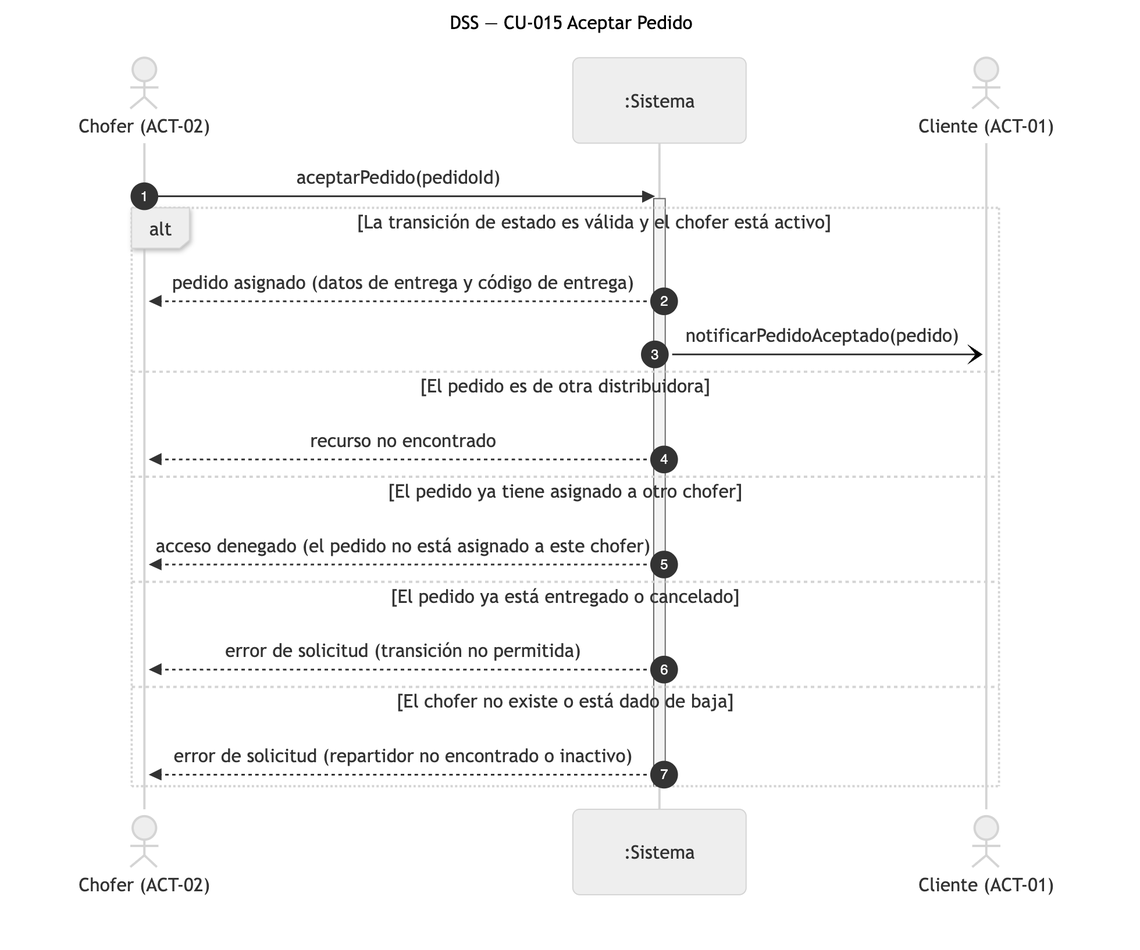
The Mermaid diagram diagramas/png/DSS_CU-015_Aceptar-Pedido.png in Nahuelito-Dev/splg-docs, before a commit. Its source is kept beside it as diagramas/DSS_CU-015_Aceptar-Pedido.mmd.
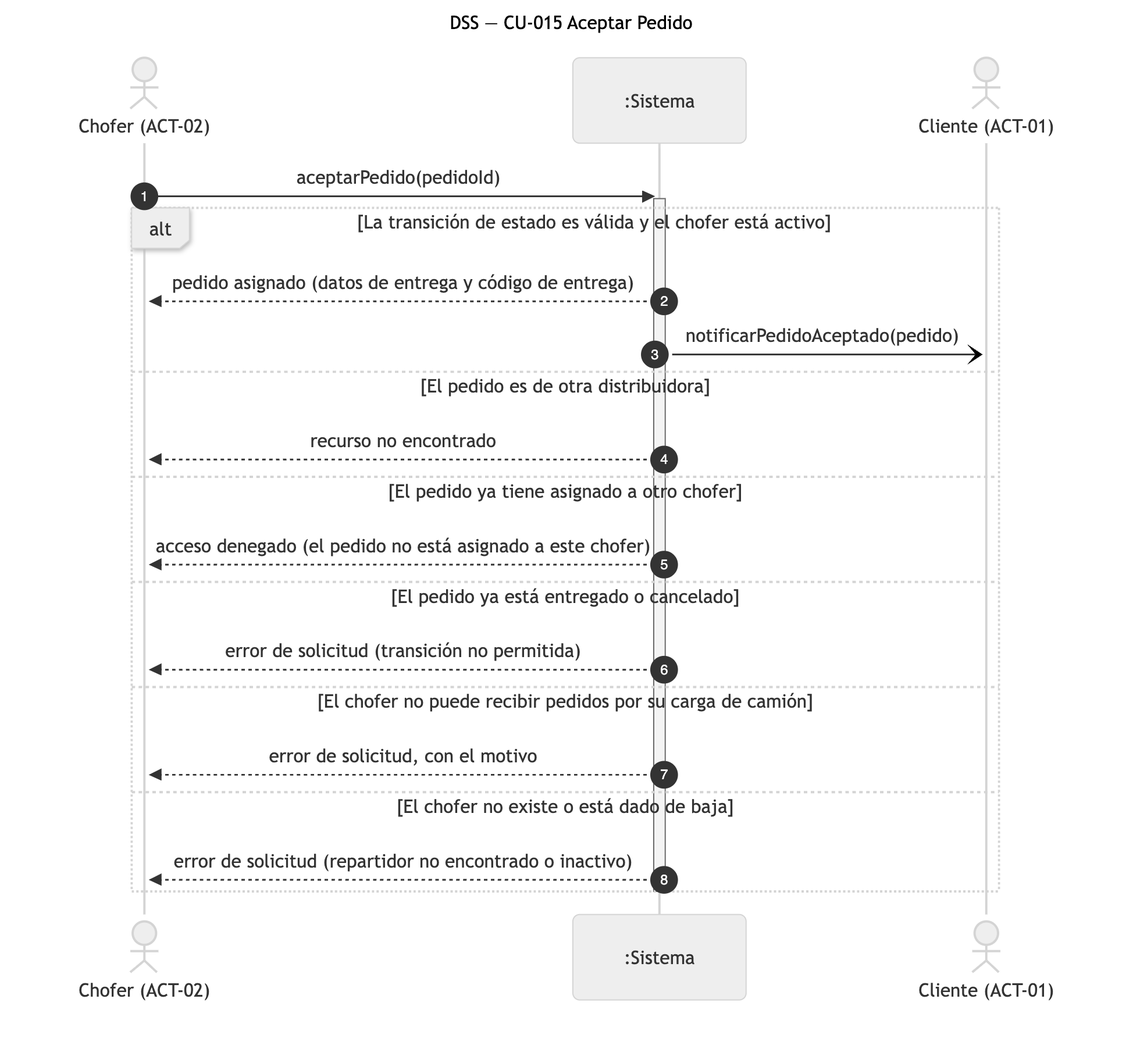
Above is the later version.

Diff of the diagram source:
```diff
@@ -16,6 +16,8 @@
         SIS-->>CHO: acceso denegado (el pedido no está asignado a este chofer)
     else El pedido ya está entregado o cancelado
         SIS-->>CHO: error de solicitud (transición no permitida)
+    else El chofer no puede recibir pedidos por su carga de camión
+        SIS-->>CHO: error de solicitud, con el motivo
     else El chofer no existe o está dado de baja
         SIS-->>CHO: error de solicitud (repartidor no encontrado o inactivo)
     end
```
